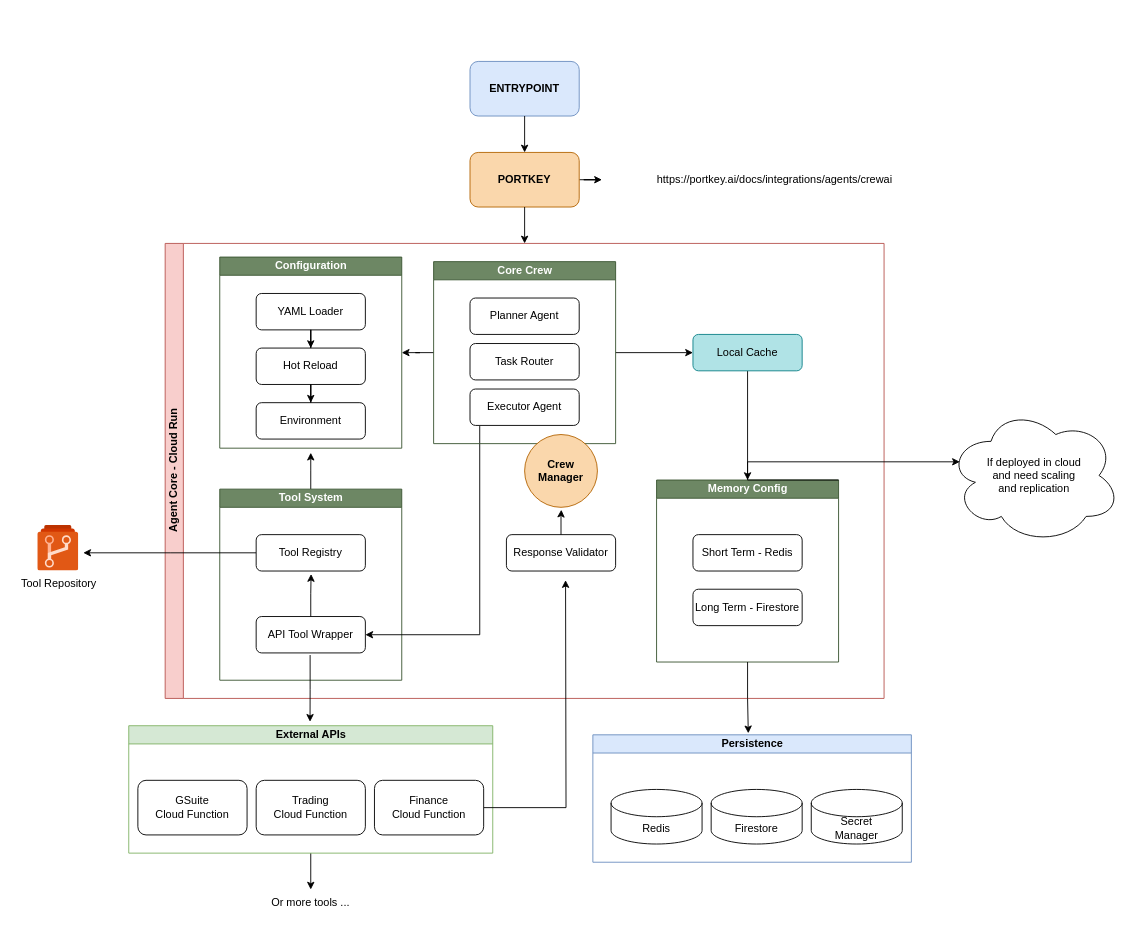
The draw.io diagram designs/cognition-ai.drawio in nestorcolt/cognition, before the edit. Source tidied: cells renumbered, new cells numbered last; positions are measured from the earlier drawing's top-left corner, leaving out a move shared by most shapes. Both pictures are drawn from the tidied source at 91%, with x=0, y=0 at pixel (37, 61).
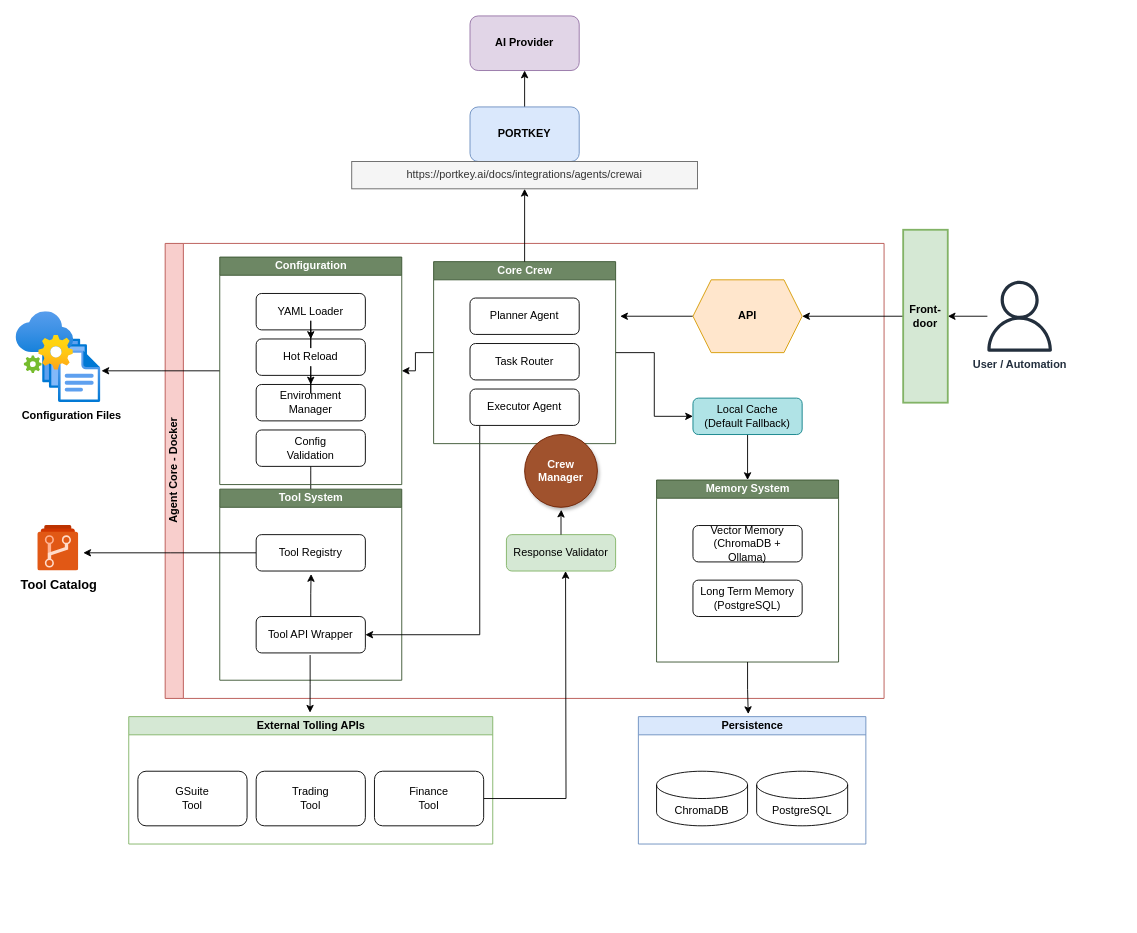
Above is the later version.

Unchanged cells that the change refers to:
```xml
<mxCell id="7" value="Tool System" style="swimlane;startSize=20;html=1;fillColor=#6d8764;fontColor=#ffffff;strokeColor=#3A5431;" parent="5" vertex="1">
  <mxGeometry x="60" y="270" width="200" height="210" as="geometry" />
</mxCell>
<mxCell id="25" value="Core Crew" style="swimlane;startSize=20;html=1;fillColor=#6d8764;fontColor=#ffffff;strokeColor=#3A5431;" parent="5" vertex="1">
  <mxGeometry x="295" y="20" width="200" height="200" as="geometry" />
</mxCell>
```

The edit, as a diff of the source:
```diff
@@
-    <mxCell id="2" value="ENTRYPOINT" style="rounded=1;whiteSpace=wrap;html=1;fillColor=#dae8fc;strokeColor=#6c8ebf;fontStyle=1;" parent="1" vertex="1">
-      <mxGeometry x="475" width="120" height="60" as="geometry" />
+    <mxCell id="2" value="AI Provider" style="rounded=1;whiteSpace=wrap;html=1;fillColor=#e1d5e7;strokeColor=#9673a6;fontStyle=1;" parent="1" vertex="1">
+      <mxGeometry x="475" y="-50" width="120" height="60" as="geometry" />
     </mxCell>
-    <mxCell id="3" style="edgeStyle=orthogonalEdgeStyle;rounded=0;jettySize=auto;html=1;" parent="1" edge="1" source="4" target="48">
-      <mxGeometry relative="1" as="geometry" />
-    </mxCell>
+    <mxCell id="52" style="edgeStyle=orthogonalEdgeStyle;rounded=0;jettySize=auto;html=1;" parent="1" edge="1" source="4" target="2">
+      <mxGeometry relative="1" as="geometry" />
+    </mxCell>
-    <mxCell id="4" value="PORTKEY" style="rounded=1;whiteSpace=wrap;html=1;fillColor=#fad7ac;strokeColor=#b46504;fontStyle=1;" parent="1" vertex="1">
-      <mxGeometry x="475" y="100" width="120" height="60" as="geometry" />
+    <mxCell id="4" value="PORTKEY" style="rounded=1;whiteSpace=wrap;html=1;fillColor=#dae8fc;strokeColor=#6c8ebf;fontStyle=1;" parent="1" vertex="1">
+      <mxGeometry x="475" y="50" width="120" height="60" as="geometry" />
     </mxCell>
-    <mxCell id="5" value="Agent Core - Cloud Run" style="swimlane;startSize=20;horizontal=0;html=1;fillColor=#f8cecc;strokeColor=#b85450;" parent="1" vertex="1">
+    <mxCell id="5" value="Agent Core - Docker" style="swimlane;startSize=20;horizontal=0;html=1;fillColor=#f8cecc;strokeColor=#b85450;" parent="1" vertex="1">
       <mxGeometry x="140" y="200" width="790" height="500" as="geometry" />
     </mxCell>
@@
-    <mxCell id="10" value="API Tool Wrapper" style="rounded=1;whiteSpace=wrap;html=1;" parent="7" vertex="1">
+    <mxCell id="10" value="Tool API Wrapper" style="rounded=1;whiteSpace=wrap;html=1;" parent="7" vertex="1">
       <mxGeometry x="40" y="140" width="120" height="40" as="geometry" />
     </mxCell>
@@
-    <mxCell id="12" value="Memory Config" style="swimlane;startSize=20;html=1;fillColor=#6d8764;fontColor=#ffffff;strokeColor=#3A5431;" parent="5" vertex="1">
+    <mxCell id="12" value="Memory System" style="swimlane;startSize=20;html=1;fillColor=#6d8764;fontColor=#ffffff;strokeColor=#3A5431;" parent="5" vertex="1">
       <mxGeometry x="540" y="260" width="200" height="200" as="geometry" />
     </mxCell>
-    <mxCell id="13" value="Short Term - Redis" style="rounded=1;whiteSpace=wrap;html=1;" parent="12" vertex="1">
-      <mxGeometry x="40" y="60" width="120" height="40" as="geometry" />
+    <mxCell id="13" value="Vector Memory&#10;(ChromaDB + Ollama)" style="rounded=1;whiteSpace=wrap;html=1;" parent="12" vertex="1">
+      <mxGeometry x="40" y="50" width="120" height="40" as="geometry" />
     </mxCell>
-    <mxCell id="14" value="Long Term - Firestore" style="rounded=1;whiteSpace=wrap;html=1;" parent="12" vertex="1">
-      <mxGeometry x="40" y="120" width="120" height="40" as="geometry" />
+    <mxCell id="14" value="Long Term Memory&#10;(PostgreSQL)" style="rounded=1;whiteSpace=wrap;html=1;" parent="12" vertex="1">
+      <mxGeometry x="40" y="110" width="120" height="40" as="geometry" />
     </mxCell>
+    <mxCell id="53" style="edgeStyle=orthogonalEdgeStyle;rounded=0;jettySize=auto;html=1;" parent="5" edge="1" source="15">
+      <mxGeometry relative="1" as="geometry">
+        <mxPoint x="-70" y="140" as="targetPoint" />
+      </mxGeometry>
+    </mxCell>
     <mxCell id="15" value="Configuration" style="swimlane;startSize=20;html=1;fillColor=#6d8764;fontColor=#ffffff;strokeColor=#3A5431;" parent="5" vertex="1">
-      <mxGeometry x="60" y="15" width="200" height="210" as="geometry" />
+      <mxGeometry x="60" y="15" width="200" height="250" as="geometry" />
     </mxCell>
@@
     <mxCell id="17" value="Hot Reload" style="rounded=1;whiteSpace=wrap;html=1;" parent="15" vertex="1">
-      <mxGeometry x="40" y="100" width="120" height="40" as="geometry" />
+      <mxGeometry x="40" y="90" width="120" height="40" as="geometry" />
     </mxCell>
-    <mxCell id="18" value="Environment" style="rounded=1;whiteSpace=wrap;html=1;" parent="15" vertex="1">
-      <mxGeometry x="40" y="160" width="120" height="40" as="geometry" />
+    <mxCell id="18" value="Environment&#10;Manager" style="rounded=1;whiteSpace=wrap;html=1;" parent="15" vertex="1">
+      <mxGeometry x="40" y="140" width="120" height="40" as="geometry" />
     </mxCell>
+    <mxCell id="54" value="Config&#10;Validation" style="rounded=1;whiteSpace=wrap;html=1;" parent="15" vertex="1">
+      <mxGeometry x="40" y="190" width="120" height="40" as="geometry" />
+    </mxCell>
@@
-    <mxCell id="29" value="Local Cache" style="rounded=1;whiteSpace=wrap;html=1;fillColor=#b0e3e6;strokeColor=#0e8088;" parent="5" vertex="1">
-      <mxGeometry x="580" y="100" width="120" height="40" as="geometry" />
-    </mxCell>
-    <mxCell id="30" value="Response Validator" style="rounded=1;whiteSpace=wrap;html=1;" parent="5" vertex="1">
+    <mxCell id="30" value="Response Validator" style="rounded=1;whiteSpace=wrap;html=1;fillColor=#d5e8d4;strokeColor=#82b366;" parent="5" vertex="1">
       <mxGeometry x="375" y="320" width="120" height="40" as="geometry" />
     </mxCell>
-    <mxCell id="31" value="Crew Manager" style="ellipse;whiteSpace=wrap;html=1;fillColor=#fad7ac;strokeColor=#b46504;fontStyle=1;" parent="5" vertex="1">
+    <mxCell id="31" value="Crew Manager" style="ellipse;whiteSpace=wrap;html=1;fillColor=#a0522d;strokeColor=#6D1F00;fontStyle=1;fontColor=#ffffff;labelBackgroundColor=none;labelBorderColor=none;shadow=1;" parent="5" vertex="1">
       <mxGeometry x="395" y="210" width="80" height="80" as="geometry" />
     </mxCell>
@@
-    <mxCell id="33" style="edgeStyle=orthogonalEdgeStyle;rounded=0;jettySize=auto;html=1;" parent="1" edge="1" source="34" target="49">
-      <mxGeometry relative="1" as="geometry" />
-    </mxCell>
+    <mxCell id="29" value="Local Cache&#10;(Default Fallback)" style="rounded=1;whiteSpace=wrap;html=1;fillColor=#b0e3e6;strokeColor=#0e8088;" parent="5" vertex="1">
+      <mxGeometry x="580" y="170" width="120" height="40" as="geometry" />
+    </mxCell>
+    <mxCell id="55" style="edgeStyle=orthogonalEdgeStyle;rounded=0;jettySize=auto;html=1;" parent="5" edge="1" source="56">
+      <mxGeometry relative="1" as="geometry">
+        <mxPoint x="500" y="80" as="targetPoint" />
+      </mxGeometry>
+    </mxCell>
+    <mxCell id="56" value="API" style="shape=hexagon;perimeter=hexagonPerimeter2;whiteSpace=wrap;html=1;fixedSize=1;fillColor=#ffe6cc;strokeColor=#d79b00;fontStyle=1;" parent="5" vertex="1">
+      <mxGeometry x="580" y="40" width="120" height="80" as="geometry" />
+    </mxCell>
-    <mxCell id="34" value="External APIs" style="swimlane;startSize=20;html=1;fillColor=#d5e8d4;strokeColor=#82b366;" parent="1" vertex="1">
-      <mxGeometry x="100" y="730" width="400" height="140" as="geometry" />
+    <mxCell id="34" value="External Tolling APIs" style="swimlane;startSize=20;html=1;fillColor=#d5e8d4;strokeColor=#82b366;" parent="1" vertex="1">
+      <mxGeometry x="100" y="720" width="400" height="140" as="geometry" />
     </mxCell>
-    <mxCell id="35" value="GSuite&#10;Cloud Function" style="rounded=1;whiteSpace=wrap;html=1;" parent="34" vertex="1">
+    <mxCell id="35" value="GSuite&lt;br&gt;Tool" style="rounded=1;whiteSpace=wrap;html=1;" parent="34" vertex="1">
       <mxGeometry x="10" y="60" width="120" height="60" as="geometry" />
     </mxCell>
-    <mxCell id="36" value="Trading&#10;Cloud Function" style="rounded=1;whiteSpace=wrap;html=1;" parent="34" vertex="1">
+    <mxCell id="36" value="Trading&lt;br&gt;Tool" style="rounded=1;whiteSpace=wrap;html=1;" parent="34" vertex="1">
       <mxGeometry x="140" y="60" width="120" height="60" as="geometry" />
     </mxCell>
@@
-    <mxCell id="38" value="Finance&#10;Cloud Function" style="rounded=1;whiteSpace=wrap;html=1;" parent="34" vertex="1">
+    <mxCell id="38" value="Finance&lt;br&gt;Tool" style="rounded=1;whiteSpace=wrap;html=1;" parent="34" vertex="1">
       <mxGeometry x="270" y="60" width="120" height="60" as="geometry" />
     </mxCell>
     <mxCell id="39" value="Persistence" style="swimlane;startSize=20;html=1;fillColor=#dae8fc;strokeColor=#6c8ebf;" parent="1" vertex="1">
-      <mxGeometry x="610" y="740" width="350" height="140" as="geometry" />
+      <mxGeometry x="660" y="720" width="250" height="140" as="geometry" />
     </mxCell>
-    <mxCell id="40" value="Redis" style="shape=cylinder3;whiteSpace=wrap;html=1;boundedLbl=1;backgroundOutline=1;size=15;" parent="39" vertex="1">
+    <mxCell id="40" value="ChromaDB" style="shape=cylinder3;whiteSpace=wrap;html=1;boundedLbl=1;backgroundOutline=1;size=15;" parent="39" vertex="1">
       <mxGeometry x="20" y="60" width="100" height="60" as="geometry" />
     </mxCell>
-    <mxCell id="41" value="Firestore" style="shape=cylinder3;whiteSpace=wrap;html=1;boundedLbl=1;backgroundOutline=1;size=15;" parent="39" vertex="1">
+    <mxCell id="41" value="PostgreSQL" style="shape=cylinder3;whiteSpace=wrap;html=1;boundedLbl=1;backgroundOutline=1;size=15;" parent="39" vertex="1">
       <mxGeometry x="130" y="60" width="100" height="60" as="geometry" />
     </mxCell>
-    <mxCell id="42" value="Secret&#10;Manager" style="shape=cylinder3;whiteSpace=wrap;html=1;boundedLbl=1;backgroundOutline=1;size=15;" parent="39" vertex="1">
-      <mxGeometry x="240" y="60" width="100" height="60" as="geometry" />
-    </mxCell>
-    <mxCell id="43" style="edgeStyle=orthogonalEdgeStyle;rounded=0;jettySize=auto;html=1;" parent="1" edge="1" source="2" target="4">
-      <mxGeometry relative="1" as="geometry" />
-    </mxCell>
-    <mxCell id="44" style="edgeStyle=orthogonalEdgeStyle;rounded=0;jettySize=auto;html=1;" parent="1" edge="1" source="4" target="5">
-      <mxGeometry relative="1" as="geometry" />
-    </mxCell>
-    <mxCell id="45" style="edgeStyle=orthogonalEdgeStyle;rounded=0;jettySize=auto;html=1;entryX=0.488;entryY=-0.012;entryDx=0;entryDy=0;entryPerimeter=0;" parent="1" edge="1" source="12" target="39">
-      <mxGeometry relative="1" as="geometry" />
-    </mxCell>
-    <mxCell id="46" value="If deployed in cloud&lt;div&gt;and need scaling&lt;/div&gt;&lt;div&gt;and replication&lt;/div&gt;" style="ellipse;shape=cloud;whiteSpace=wrap;html=1;" parent="1" vertex="1">
-      <mxGeometry x="1000" y="380" width="190" height="150" as="geometry" />
-    </mxCell>
-    <mxCell id="47" style="edgeStyle=orthogonalEdgeStyle;rounded=0;jettySize=auto;html=1;exitX=1;exitY=0;exitDx=0;exitDy=0;entryX=0.07;entryY=0.4;entryDx=0;entryDy=0;entryPerimeter=0;" parent="1" edge="1" source="12" target="46">
-      <mxGeometry relative="1" as="geometry">
-        <Array as="points">
-          <mxPoint x="780" y="460" />
-          <mxPoint x="780" y="440" />
-        </Array>
-      </mxGeometry>
-    </mxCell>
-    <mxCell id="48" value="https://portkey.ai/docs/integrations/agents/crewai" style="text;html=1;align=center;verticalAlign=middle;whiteSpace=wrap;rounded=0;" parent="1" vertex="1">
-      <mxGeometry x="620" y="115" width="380" height="30" as="geometry" />
+    <mxCell id="48" value="https://portkey.ai/docs/integrations/agents/crewai" style="text;html=1;align=center;verticalAlign=middle;whiteSpace=wrap;rounded=0;fillColor=#f5f5f5;fontColor=#333333;strokeColor=#666666;" parent="1" vertex="1">
+      <mxGeometry x="345" y="110" width="380" height="30" as="geometry" />
     </mxCell>
-    <mxCell id="49" value="Or more tools ..." style="text;html=1;align=center;verticalAlign=middle;whiteSpace=wrap;rounded=0;" parent="1" vertex="1">
-      <mxGeometry x="225" y="910" width="150" height="30" as="geometry" />
-    </mxCell>
@@
-    <mxCell id="51" value="Tool Repository" style="image;sketch=0;html=1;align=center;fontSize=12;image=img/lib/mscae/Azure_Repos.svg;" parent="1" vertex="1">
+    <mxCell id="51" value="Tool Catalog" style="image;sketch=0;html=1;align=center;fontSize=14;image=img/lib/mscae/Azure_Repos.svg;fontStyle=1;" parent="1" vertex="1">
       <mxGeometry y="510" width="45" height="50" as="geometry" />
     </mxCell>
+    <mxCell id="45" style="edgeStyle=orthogonalEdgeStyle;rounded=0;jettySize=auto;html=1;entryX=0.483;entryY=-0.02;entryDx=0;entryDy=0;entryPerimeter=0;" parent="1" edge="1" source="12" target="39">
+      <mxGeometry relative="1" as="geometry" />
+    </mxCell>
+    <mxCell id="57" style="edgeStyle=orthogonalEdgeStyle;rounded=0;jettySize=auto;html=1;entryX=0.5;entryY=1;entryDx=0;entryDy=0;" parent="1" edge="1" source="25" target="48">
+      <mxGeometry relative="1" as="geometry" />
+    </mxCell>
+    <mxCell id="58" style="edgeStyle=orthogonalEdgeStyle;rounded=0;jettySize=auto;html=1;" parent="1" edge="1" source="59" target="61">
+      <mxGeometry relative="1" as="geometry" />
+    </mxCell>
+    <mxCell id="59" value="User / Automation" style="sketch=0;outlineConnect=0;fontColor=#232F3E;gradientColor=none;fillColor=#232F3D;strokeColor=none;dashed=0;verticalLabelPosition=bottom;verticalAlign=top;align=center;html=1;fontSize=12;fontStyle=1;shape=mxgraph.aws4.user;" parent="1" vertex="1">
+      <mxGeometry x="1040" y="241" width="78" height="78" as="geometry" />
+    </mxCell>
+    <mxCell id="60" style="edgeStyle=orthogonalEdgeStyle;rounded=0;jettySize=auto;html=1;entryX=1;entryY=0.5;entryDx=0;entryDy=0;" parent="1" edge="1" source="61" target="56">
+      <mxGeometry relative="1" as="geometry" />
+    </mxCell>
+    <mxCell id="61" value="Front-door" style="rounded=0;whiteSpace=wrap;html=1;fillColor=#d5e8d4;strokeColor=#82b366;gradientColor=none;glass=0;strokeWidth=2;align=center;flipV=1;flipH=1;labelBackgroundColor=none;fontStyle=1;" parent="1" vertex="1">
+      <mxGeometry x="951" y="185" width="49" height="190" as="geometry" />
+    </mxCell>
+    <mxCell id="62" style="group;fontStyle=0;" parent="1" vertex="1">
+      <mxGeometry x="-24.2" y="275" width="93.5" height="100" as="geometry" />
+    </mxCell>
+    <mxCell id="63" value="Configuration Files" style="image;html=1;align=center;fontSize=12;image=img/lib/azure2/general/Files.svg;fontStyle=1;" parent="62" vertex="1">
+      <mxGeometry x="29.5" y="30" width="64" height="70" as="geometry" />
+    </mxCell>
+    <mxCell id="64" style="image;html=1;align=center;fontSize=12;image=img/lib/azure2/integration/App_Configuration.svg;" parent="62" vertex="1">
+      <mxGeometry width="64" height="68" as="geometry" />
+    </mxCell>
```
